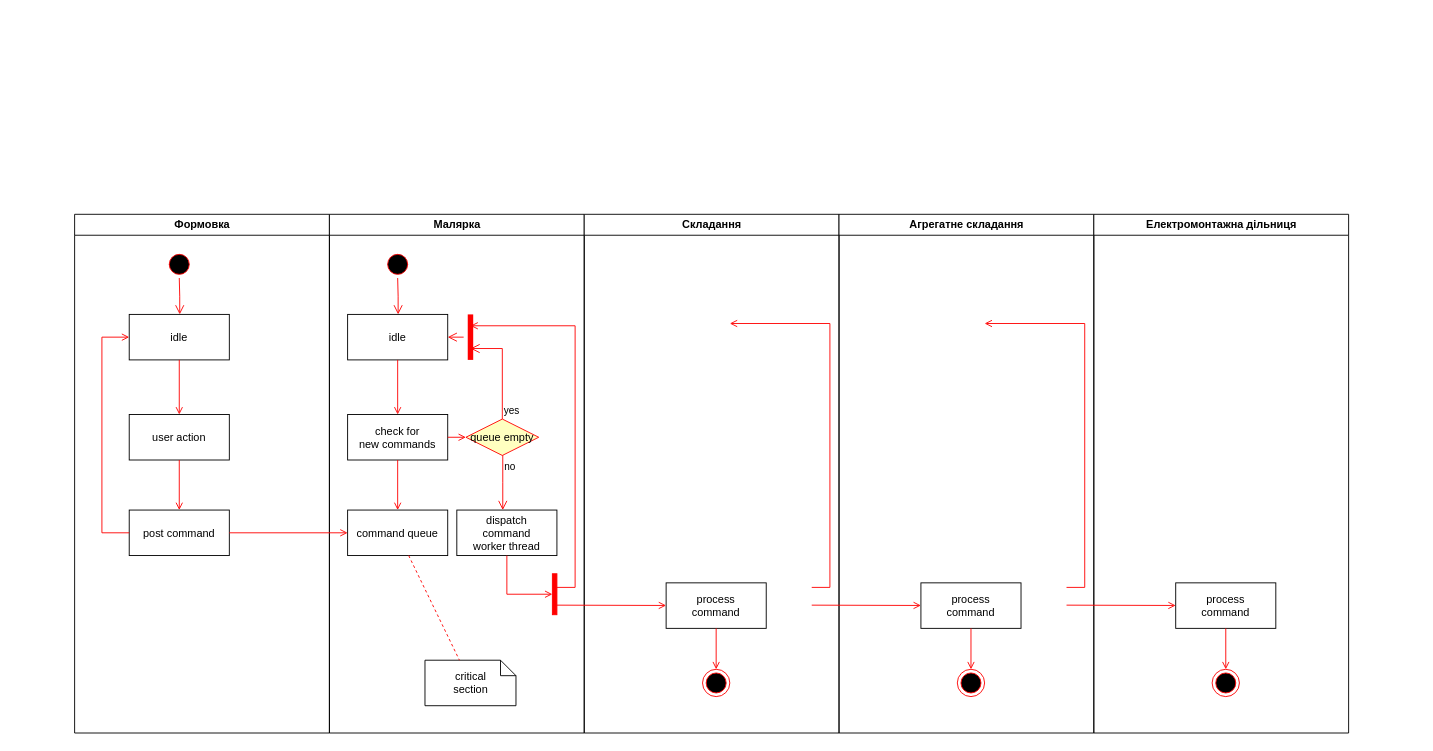
This is Діаграма без назви.drawio from Narityana/Tutorial, a draw.io file, before an edit. Source tidied: cells renumbered, new cells numbered last; positions are measured from the earlier drawing's top-left corner, leaving out a move shared by most shapes. Both pictures are drawn from the tidied source at 91%, with x=0, y=0 at pixel (74, 214).
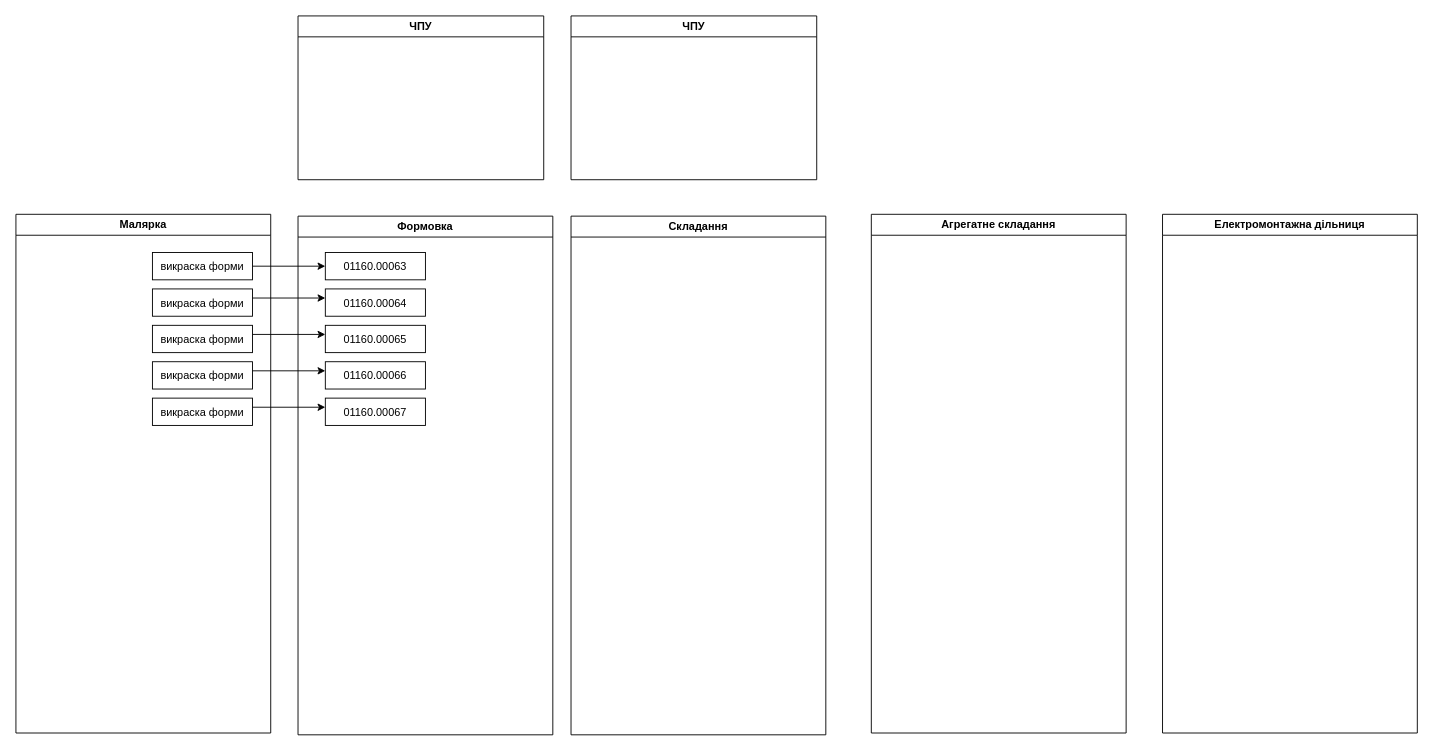
The same diagram, later.

Diff of the diagram source:
```diff
@@
-    <mxCell id="2" value="Формовка" style="swimlane;whiteSpace=wrap;" parent="1" vertex="1">
-      <mxGeometry x="0.5" width="280" height="570" as="geometry" />
+    <mxCell id="2" value="Малярка" style="swimlane;whiteSpace=wrap;" parent="1" vertex="1">
+      <mxGeometry x="-64" width="280" height="570" as="geometry" />
     </mxCell>
-    <mxCell id="3" style="ellipse;shape=startState;fillColor=#000000;strokeColor=#ff0000;" parent="2" vertex="1">
-      <mxGeometry x="100" y="40" width="30" height="30" as="geometry" />
-    </mxCell>
-    <mxCell id="4" style="edgeStyle=elbowEdgeStyle;elbow=horizontal;verticalAlign=bottom;endArrow=open;endSize=8;strokeColor=#FF0000;endFill=1;rounded=0;" parent="2" edge="1" source="3" target="5">
-      <mxGeometry x="100" y="40" as="geometry" />
-    </mxCell>
-    <mxCell id="5" value="idle" parent="2" vertex="1">
-      <mxGeometry x="60" y="110" width="110" height="50" as="geometry" />
+    <mxCell id="5" value="викраска форми" parent="2" vertex="1">
+      <mxGeometry x="150" y="42" width="110" height="30" as="geometry" />
     </mxCell>
-    <mxCell id="6" value="user action" parent="2" vertex="1">
-      <mxGeometry x="60" y="220" width="110" height="50" as="geometry" />
-    </mxCell>
-    <mxCell id="7" style="endArrow=open;strokeColor=#FF0000;endFill=1;rounded=0;" parent="2" edge="1" source="5" target="6">
-      <mxGeometry relative="1" as="geometry" />
-    </mxCell>
-    <mxCell id="8" value="post command" parent="2" vertex="1">
-      <mxGeometry x="60" y="325" width="110" height="50" as="geometry" />
-    </mxCell>
-    <mxCell id="9" style="endArrow=open;strokeColor=#FF0000;endFill=1;rounded=0;" parent="2" edge="1" source="6" target="8">
-      <mxGeometry relative="1" as="geometry" />
-    </mxCell>
-    <mxCell id="10" style="edgeStyle=elbowEdgeStyle;elbow=horizontal;strokeColor=#FF0000;endArrow=open;endFill=1;rounded=0;" parent="2" edge="1" source="8" target="5">
-      <mxGeometry relative="1" as="geometry">
-        <Array as="points">
-          <mxPoint x="30" y="250" />
-        </Array>
-      </mxGeometry>
-    </mxCell>
-    <mxCell id="11" value="Малярка" style="swimlane;whiteSpace=wrap;" parent="1" vertex="1">
-      <mxGeometry x="280.5" width="280" height="570" as="geometry" />
-    </mxCell>
-    <mxCell id="12" style="ellipse;shape=startState;fillColor=#000000;strokeColor=#ff0000;" parent="11" vertex="1">
-      <mxGeometry x="60" y="40" width="30" height="30" as="geometry" />
-    </mxCell>
-    <mxCell id="13" style="edgeStyle=elbowEdgeStyle;elbow=horizontal;verticalAlign=bottom;endArrow=open;endSize=8;strokeColor=#FF0000;endFill=1;rounded=0;" parent="11" edge="1" source="12" target="14">
-      <mxGeometry x="40" y="20" as="geometry" />
-    </mxCell>
-    <mxCell id="14" value="idle" parent="11" vertex="1">
-      <mxGeometry x="20" y="110" width="110" height="50" as="geometry" />
-    </mxCell>
-    <mxCell id="15" value="check for &#10;new commands" parent="11" vertex="1">
-      <mxGeometry x="20" y="220" width="110" height="50" as="geometry" />
-    </mxCell>
-    <mxCell id="16" style="endArrow=open;strokeColor=#FF0000;endFill=1;rounded=0;" parent="11" edge="1" source="14" target="15">
-      <mxGeometry relative="1" as="geometry" />
-    </mxCell>
-    <mxCell id="17" value="command queue" parent="11" vertex="1">
-      <mxGeometry x="20" y="325" width="110" height="50" as="geometry" />
-    </mxCell>
-    <mxCell id="18" style="endArrow=open;strokeColor=#FF0000;endFill=1;rounded=0;" parent="11" edge="1" source="15" target="17">
-      <mxGeometry relative="1" as="geometry" />
-    </mxCell>
-    <mxCell id="19" value="queue empty" style="rhombus;fillColor=#ffffc0;strokeColor=#ff0000;" parent="11" vertex="1">
-      <mxGeometry x="150" y="225" width="80" height="40" as="geometry" />
-    </mxCell>
-    <mxCell id="20" value="yes" style="edgeStyle=elbowEdgeStyle;elbow=horizontal;align=left;verticalAlign=bottom;endArrow=open;endSize=8;strokeColor=#FF0000;exitX=0.5;exitY=0;endFill=1;rounded=0;entryX=0.75;entryY=0.5;entryPerimeter=0;" parent="11" edge="1" source="19" target="23">
-      <mxGeometry x="-1" relative="1" as="geometry">
-        <Array as="points">
-          <mxPoint x="190" y="180" />
-        </Array>
-      </mxGeometry>
-    </mxCell>
-    <mxCell id="21" value="no" style="edgeStyle=elbowEdgeStyle;elbow=horizontal;align=left;verticalAlign=top;endArrow=open;endSize=8;strokeColor=#FF0000;endFill=1;rounded=0;" parent="11" edge="1" source="19" target="25">
-      <mxGeometry x="-1" relative="1" as="geometry" />
-    </mxCell>
-    <mxCell id="22" style="endArrow=open;strokeColor=#FF0000;endFill=1;rounded=0;" parent="11" edge="1" source="15" target="19">
-      <mxGeometry relative="1" as="geometry" />
-    </mxCell>
-    <mxCell id="23" style="shape=line;strokeWidth=6;strokeColor=#ff0000;rotation=90;" parent="11" vertex="1">
-      <mxGeometry x="130" y="127.5" width="50" height="15" as="geometry" />
-    </mxCell>
-    <mxCell id="24" style="edgeStyle=elbowEdgeStyle;elbow=horizontal;verticalAlign=bottom;endArrow=open;endSize=8;strokeColor=#FF0000;endFill=1;rounded=0;" parent="11" edge="1" source="23" target="14">
-      <mxGeometry x="130" y="90" as="geometry" />
-    </mxCell>
-    <mxCell id="25" value="dispatch&#10;command&#10;worker thread" parent="11" vertex="1">
-      <mxGeometry x="140" y="325" width="110" height="50" as="geometry" />
-    </mxCell>
-    <mxCell id="26" value="critical&#10;section" style="shape=note;whiteSpace=wrap;size=17;" parent="11" vertex="1">
-      <mxGeometry x="105" y="490" width="100" height="50" as="geometry" />
-    </mxCell>
-    <mxCell id="27" style="endArrow=none;strokeColor=#FF0000;endFill=0;rounded=0;dashed=1;" parent="11" edge="1" source="17" target="26">
-      <mxGeometry relative="1" as="geometry" />
-    </mxCell>
-    <mxCell id="28" style="whiteSpace=wrap;strokeColor=#FF0000;fillColor=#FF0000;" parent="11" vertex="1">
-      <mxGeometry x="245" y="395" width="5" height="45" as="geometry" />
-    </mxCell>
-    <mxCell id="29" style="edgeStyle=elbowEdgeStyle;elbow=horizontal;entryX=0;entryY=0.5;strokeColor=#FF0000;endArrow=open;endFill=1;rounded=0;" parent="11" edge="1" source="25" target="28">
-      <mxGeometry relative="1" as="geometry">
-        <Array as="points">
-          <mxPoint x="195" y="400" />
-        </Array>
-      </mxGeometry>
-    </mxCell>
+    <mxCell id="49" value="викраска форми" parent="2" vertex="1">
+      <mxGeometry x="150" y="82" width="110" height="30" as="geometry" />
+    </mxCell>
+    <mxCell id="50" value="викраска форми" parent="2" vertex="1">
+      <mxGeometry x="150" y="122" width="110" height="30" as="geometry" />
+    </mxCell>
+    <mxCell id="51" value="викраска форми" parent="2" vertex="1">
+      <mxGeometry x="150" y="202" width="110" height="30" as="geometry" />
+    </mxCell>
+    <mxCell id="52" value="викраска форми" parent="2" vertex="1">
+      <mxGeometry x="150" y="162" width="110" height="30" as="geometry" />
+    </mxCell>
     <mxCell id="30" value="Складання" style="swimlane;whiteSpace=wrap;" parent="1" vertex="1">
-      <mxGeometry x="560.5" width="280" height="570" as="geometry" />
+      <mxGeometry x="546" y="2" width="280" height="570" as="geometry" />
     </mxCell>
-    <mxCell id="31" value="process&#10;command" parent="30" vertex="1">
-      <mxGeometry x="90" y="405" width="110" height="50" as="geometry" />
-    </mxCell>
-    <mxCell id="32" style="edgeStyle=elbowEdgeStyle;elbow=horizontal;strokeColor=#FF0000;endArrow=open;endFill=1;rounded=0;entryX=0.25;entryY=0.5;entryPerimeter=0;" parent="30" edge="1" target="23">
-      <mxGeometry relative="1" as="geometry">
-        <mxPoint x="-30" y="410" as="sourcePoint" />
-        <Array as="points">
-          <mxPoint x="-10" y="135" />
-        </Array>
-      </mxGeometry>
-    </mxCell>
-    <mxCell id="33" style="edgeStyle=none;strokeColor=#FF0000;endArrow=open;endFill=1;rounded=0;" parent="30" edge="1" target="31">
-      <mxGeometry relative="1" as="geometry">
-        <mxPoint x="-30" y="429.5" as="sourcePoint" />
-      </mxGeometry>
-    </mxCell>
-    <mxCell id="34" style="ellipse;shape=endState;fillColor=#000000;strokeColor=#ff0000;" parent="30" vertex="1">
-      <mxGeometry x="130" y="500" width="30" height="30" as="geometry" />
-    </mxCell>
-    <mxCell id="35" style="endArrow=open;strokeColor=#FF0000;endFill=1;rounded=0;" parent="30" edge="1" source="31" target="34">
-      <mxGeometry relative="1" as="geometry" />
-    </mxCell>
-    <mxCell id="36" style="endArrow=open;strokeColor=#FF0000;endFill=1;rounded=0;" parent="1" edge="1" source="8" target="17">
-      <mxGeometry relative="1" as="geometry" />
-    </mxCell>
     <mxCell id="37" value="Агрегатне складання" style="swimlane;whiteSpace=wrap;" parent="1" vertex="1">
-      <mxGeometry x="840.5" width="280" height="570" as="geometry" />
+      <mxGeometry x="876" width="280" height="570" as="geometry" />
     </mxCell>
-    <mxCell id="38" value="process&#10;command" parent="37" vertex="1">
-      <mxGeometry x="90" y="405" width="110" height="50" as="geometry" />
-    </mxCell>
-    <mxCell id="39" style="edgeStyle=elbowEdgeStyle;elbow=horizontal;strokeColor=#FF0000;endArrow=open;endFill=1;rounded=0;entryX=0.25;entryY=0.5;entryPerimeter=0;" parent="37" edge="1">
-      <mxGeometry relative="1" as="geometry">
-        <mxPoint x="-30" y="410" as="sourcePoint" />
-        <mxPoint x="-120" y="120" as="targetPoint" />
-        <Array as="points">
-          <mxPoint x="-10" y="135" />
-        </Array>
-      </mxGeometry>
-    </mxCell>
-    <mxCell id="40" style="edgeStyle=none;strokeColor=#FF0000;endArrow=open;endFill=1;rounded=0;" parent="37" edge="1" target="38">
-      <mxGeometry relative="1" as="geometry">
-        <mxPoint x="-30" y="429.5" as="sourcePoint" />
-      </mxGeometry>
-    </mxCell>
-    <mxCell id="41" style="ellipse;shape=endState;fillColor=#000000;strokeColor=#ff0000;" parent="37" vertex="1">
-      <mxGeometry x="130" y="500" width="30" height="30" as="geometry" />
-    </mxCell>
-    <mxCell id="42" style="endArrow=open;strokeColor=#FF0000;endFill=1;rounded=0;" parent="37" edge="1" source="38" target="41">
-      <mxGeometry relative="1" as="geometry" />
-    </mxCell>
     <mxCell id="43" value="Електромонтажна дільниця" style="swimlane;whiteSpace=wrap;" parent="1" vertex="1">
-      <mxGeometry x="1120.5" width="280" height="570" as="geometry" />
+      <mxGeometry x="1196" width="280" height="570" as="geometry" />
     </mxCell>
-    <mxCell id="44" value="process&#10;command" parent="43" vertex="1">
-      <mxGeometry x="90" y="405" width="110" height="50" as="geometry" />
-    </mxCell>
-    <mxCell id="45" style="edgeStyle=elbowEdgeStyle;elbow=horizontal;strokeColor=#FF0000;endArrow=open;endFill=1;rounded=0;entryX=0.25;entryY=0.5;entryPerimeter=0;" parent="43" edge="1">
-      <mxGeometry relative="1" as="geometry">
-        <mxPoint x="-30" y="410" as="sourcePoint" />
-        <mxPoint x="-120" y="120" as="targetPoint" />
-        <Array as="points">
-          <mxPoint x="-10" y="135" />
-        </Array>
-      </mxGeometry>
-    </mxCell>
-    <mxCell id="46" style="edgeStyle=none;strokeColor=#FF0000;endArrow=open;endFill=1;rounded=0;" parent="43" edge="1" target="44">
-      <mxGeometry relative="1" as="geometry">
-        <mxPoint x="-30" y="429.5" as="sourcePoint" />
-      </mxGeometry>
-    </mxCell>
-    <mxCell id="47" style="ellipse;shape=endState;fillColor=#000000;strokeColor=#ff0000;" parent="43" vertex="1">
-      <mxGeometry x="130" y="500" width="30" height="30" as="geometry" />
-    </mxCell>
-    <mxCell id="48" style="endArrow=open;strokeColor=#FF0000;endFill=1;rounded=0;" parent="43" edge="1" source="44" target="47">
-      <mxGeometry relative="1" as="geometry" />
-    </mxCell>
+    <mxCell id="53" value="Формовка" style="swimlane;whiteSpace=wrap;" parent="1" vertex="1">
+      <mxGeometry x="246" y="2" width="280" height="570" as="geometry" />
+    </mxCell>
+    <mxCell id="54" value="01160.00063" parent="53" vertex="1">
+      <mxGeometry x="30" y="40" width="110" height="30" as="geometry" />
+    </mxCell>
+    <mxCell id="55" value="01160.00064" parent="53" vertex="1">
+      <mxGeometry x="30" y="80" width="110" height="30" as="geometry" />
+    </mxCell>
+    <mxCell id="56" value="01160.00065" parent="53" vertex="1">
+      <mxGeometry x="30" y="120" width="110" height="30" as="geometry" />
+    </mxCell>
+    <mxCell id="57" value="01160.00067" parent="53" vertex="1">
+      <mxGeometry x="30" y="200" width="110" height="30" as="geometry" />
+    </mxCell>
+    <mxCell id="58" value="01160.00066" parent="53" vertex="1">
+      <mxGeometry x="30" y="160" width="110" height="30" as="geometry" />
+    </mxCell>
+    <mxCell id="59" style="endArrow=classic;html=1;rounded=0;exitX=1;exitY=0.5;exitDx=0;exitDy=0;entryX=0;entryY=0.5;entryDx=0;entryDy=0;" parent="53" edge="1">
+      <mxGeometry relative="1" as="geometry">
+        <mxPoint x="-50" y="210" as="sourcePoint" />
+        <mxPoint x="30" y="210" as="targetPoint" />
+      </mxGeometry>
+    </mxCell>
+    <mxCell id="60" style="endArrow=classic;html=1;rounded=0;exitX=1;exitY=0.5;exitDx=0;exitDy=0;entryX=0;entryY=0.5;entryDx=0;entryDy=0;" parent="1" edge="1" source="5" target="54">
+      <mxGeometry relative="1" as="geometry" />
+    </mxCell>
+    <mxCell id="61" style="endArrow=classic;html=1;rounded=0;exitX=1;exitY=0.5;exitDx=0;exitDy=0;entryX=0;entryY=0.5;entryDx=0;entryDy=0;" parent="1" edge="1">
+      <mxGeometry relative="1" as="geometry">
+        <mxPoint x="196" y="92" as="sourcePoint" />
+        <mxPoint x="276" y="92" as="targetPoint" />
+      </mxGeometry>
+    </mxCell>
+    <mxCell id="62" style="endArrow=classic;html=1;rounded=0;exitX=1;exitY=0.5;exitDx=0;exitDy=0;entryX=0;entryY=0.5;entryDx=0;entryDy=0;" parent="1" edge="1">
+      <mxGeometry relative="1" as="geometry">
+        <mxPoint x="196" y="132" as="sourcePoint" />
+        <mxPoint x="276" y="132" as="targetPoint" />
+      </mxGeometry>
+    </mxCell>
+    <mxCell id="63" style="endArrow=classic;html=1;rounded=0;exitX=1;exitY=0.5;exitDx=0;exitDy=0;entryX=0;entryY=0.5;entryDx=0;entryDy=0;" parent="1" edge="1">
+      <mxGeometry relative="1" as="geometry">
+        <mxPoint x="196" y="172" as="sourcePoint" />
+        <mxPoint x="276" y="172" as="targetPoint" />
+      </mxGeometry>
+    </mxCell>
+    <mxCell id="64" value="ЧПУ" style="swimlane;whiteSpace=wrap;" parent="1" vertex="1">
+      <mxGeometry x="246" y="-218" width="270" height="180" as="geometry" />
+    </mxCell>
+    <mxCell id="65" value="ЧПУ" style="swimlane;whiteSpace=wrap;startSize=23;" parent="1" vertex="1">
+      <mxGeometry x="546" y="-218" width="270" height="180" as="geometry" />
+    </mxCell>
```
